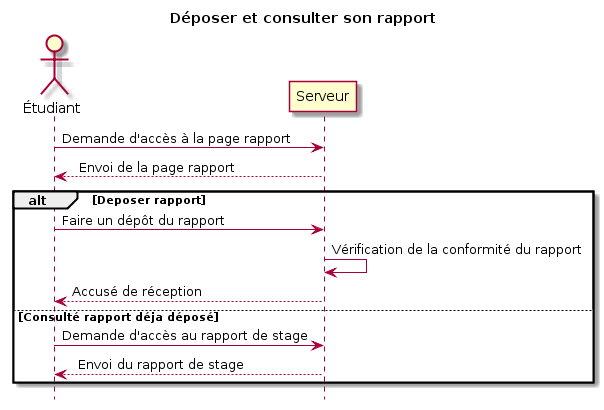
Before: Diagramme/ELEVE/Deposer et consulter son rapport.png, a diagram exported from PlantUML (Lilieon/MOCI---Projet-stage).
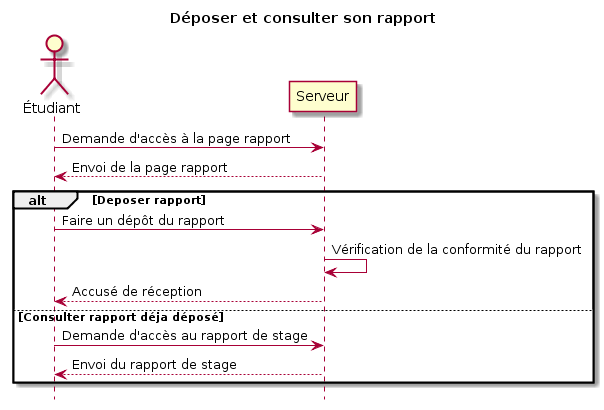
Later version of the same file.

Diff of the diagram source:
```diff
@@ -2,20 +2,26 @@
 title Déposer et consulter son rapport
 
 
+
+
 actor Étudiant
 
+
 Étudiant -> Serveur: Demande d'accès à la page rapport
-Serveur --> Étudiant: Envois de la page rapport
+Serveur --> Étudiant: Envoi de la page rapport
+
 
 alt Deposer rapport
 	Étudiant -> Serveur: Faire un dépôt du rapport
 	Serveur -> Serveur: Vérification de la conformité du rapport
 	Serveur --> Étudiant: Accusé de réception
 
-else Consulté rapport déja déposé
+else Consulter rapport déja déposé
 	Étudiant -> Serveur: Demande d'accès au rapport de stage
-	Serveur --> Étudiant: Envois du rapport de stage
+	Serveur --> Étudiant: Envoi du rapport de stage
 end
+
+
 
 
 hide footbox
```
